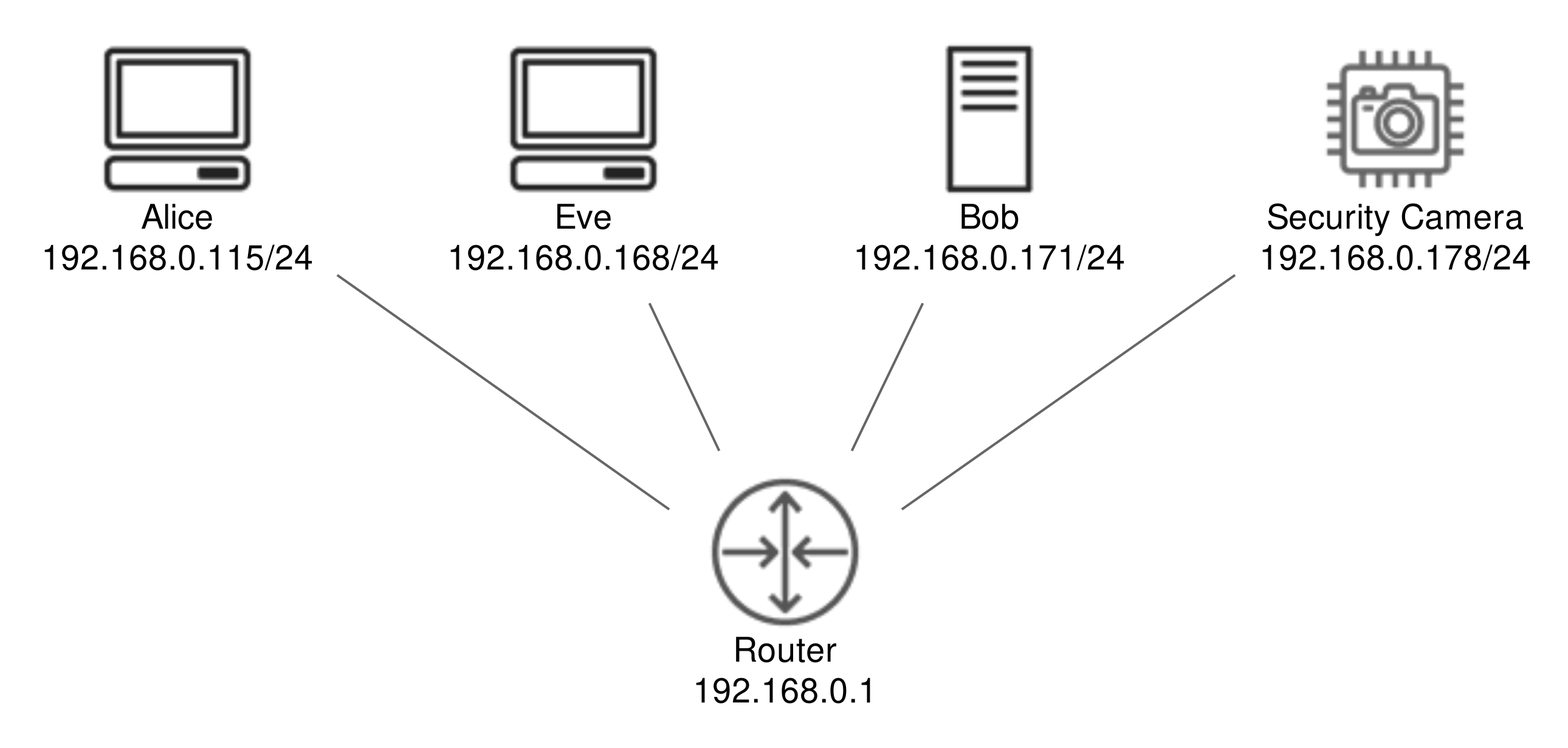
The PlantUML diagram latex/images/testing-setup.png in SerQuicky/hsfl-security-threats-and-possible-countermeasures-in-iot, before a commit.
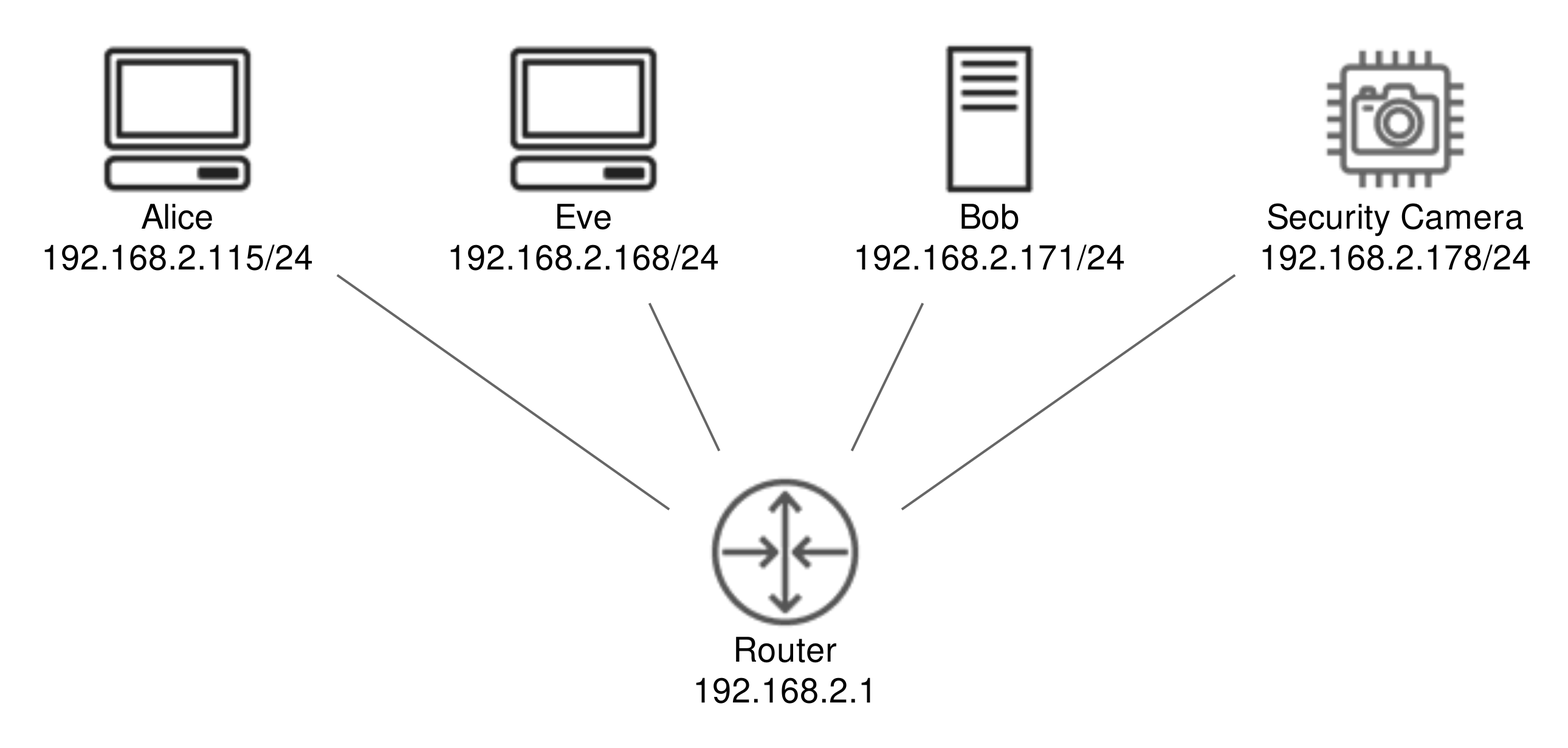
The same diagram one commit later.

Diff of the diagram source:
```diff
@@ -15,11 +15,11 @@
   shadowing false
 }
 
-rectangle "<color:#000000><$Client></color>\nAlice\n192.168.0.115/24" as alice
-rectangle "<color:#000000><$Client></color>\nEve\n192.168.0.168/24" as eve
-rectangle "<color:#000000><$TraditionalServer></color>\nBob\n192.168.0.171/24" as bob
-rectangle "<color:#000000><$IoTCamera></color>\nSecurity Camera\n192.168.0.178/24" as pi
-rectangle "<color:#000000><$VPCRouter></color>\nRouter\n192.168.0.1" as router
+rectangle "<color:#000000><$Client></color>\nAlice\n192.168.2.115/24" as alice
+rectangle "<color:#000000><$Client></color>\nEve\n192.168.2.168/24" as eve
+rectangle "<color:#000000><$TraditionalServer></color>\nBob\n192.168.2.171/24" as bob
+rectangle "<color:#000000><$IoTCamera></color>\nSecurity Camera\n192.168.2.178/24" as pi
+rectangle "<color:#000000><$VPCRouter></color>\nRouter\n192.168.2.1" as router
 
 alice -- router
 eve -- router
```
